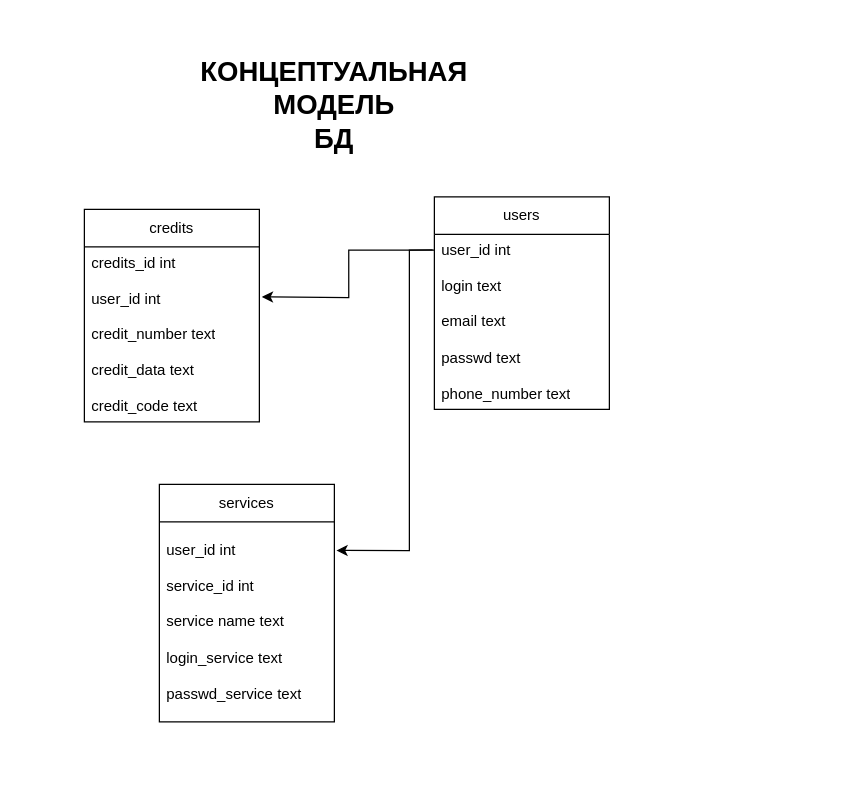
This is концептуальная.drawio from 4aRm5/password_manager_app, a draw.io file, before an edit. Source tidied: cells renumbered, new cells numbered last; positions are measured from the earlier drawing's top-left corner, leaving out a move shared by most shapes. Both pictures are drawn from the tidied source at 125%, with x=0, y=0 at pixel (84, 21).
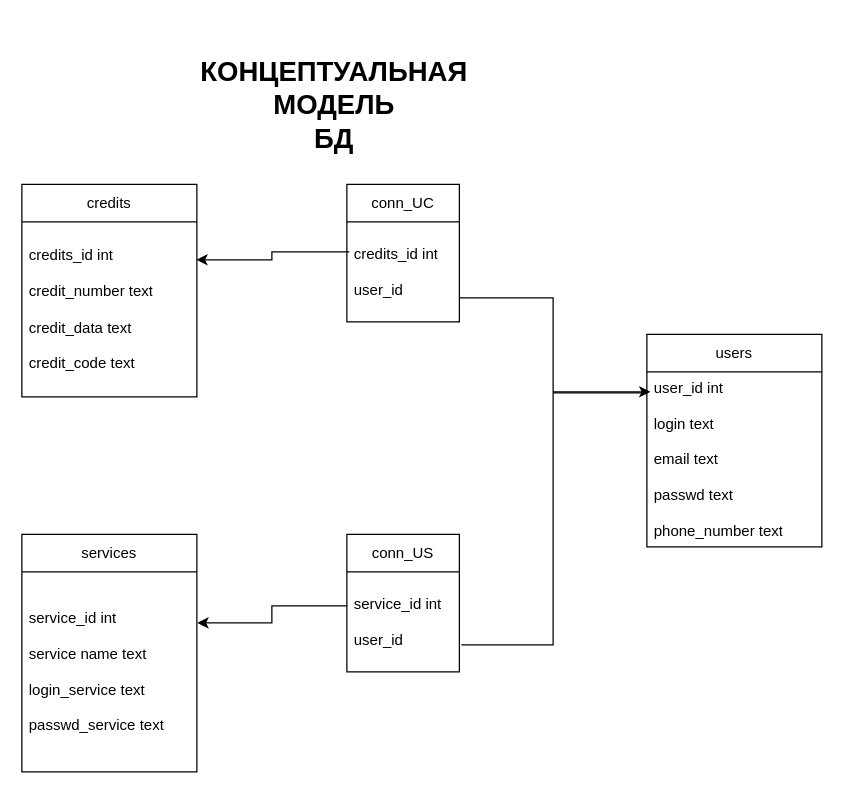
After the change.

Change to the diagram source:
```diff
@@
 <mxGraphModel>
   <root>
     <mxCell id="0" />
     <mxCell id="1" parent="0" />
     <mxCell id="2" value="&lt;span style=&quot;font-size: 22px;&quot;&gt;&lt;b&gt;КОНЦЕПТУАЛЬНАЯ &lt;br&gt;МОДЕЛЬ &lt;br&gt;БД&lt;br&gt;&lt;br&gt;&lt;/b&gt;&lt;/span&gt;" style="text;html=1;strokeColor=none;fillColor=none;align=center;verticalAlign=middle;whiteSpace=wrap;rounded=0;" parent="1" vertex="1">
       <mxGeometry x="40" width="320" height="160" as="geometry" />
     </mxCell>
     <mxCell id="3" value="credits" style="swimlane;fontStyle=0;horizontal=1;startSize=30;whiteSpace=wrap;html=1;" parent="1" vertex="1">
-      <mxGeometry y="150" width="140" height="170" as="geometry" />
+      <mxGeometry x="-50" y="130" width="140" height="170" as="geometry" />
     </mxCell>
-    <mxCell id="4" value="credits_id int&lt;br&gt;&lt;br&gt;user_id int&lt;br&gt;&lt;br&gt;credit_number text&lt;br&gt;&lt;br&gt;credit_data text&lt;br&gt;&lt;br&gt;credit_code text" style="text;strokeColor=none;fillColor=none;align=left;verticalAlign=middle;spacingLeft=4;spacingRight=4;overflow=hidden;points=[[0,0.5],[1,0.5]];portConstraint=eastwest;whiteSpace=wrap;html=1;" parent="3" vertex="1">
+    <mxCell id="4" value="credits_id int&lt;br&gt;&lt;br&gt;credit_number text&lt;br&gt;&lt;br&gt;credit_data text&lt;br&gt;&lt;br&gt;credit_code text" style="text;strokeColor=none;fillColor=none;align=left;verticalAlign=middle;spacingLeft=4;spacingRight=4;overflow=hidden;points=[[0,0.5],[1,0.5]];portConstraint=eastwest;whiteSpace=wrap;html=1;" parent="3" vertex="1">
       <mxGeometry y="30" width="140" height="140" as="geometry" />
     </mxCell>
     <mxCell id="5" value="users" style="swimlane;fontStyle=0;horizontal=1;startSize=30;whiteSpace=wrap;html=1;" parent="1" vertex="1">
-      <mxGeometry x="280" y="140" width="140" height="170" as="geometry" />
+      <mxGeometry x="450" y="250" width="140" height="170" as="geometry" />
     </mxCell>
     <mxCell id="6" value="user_id int&lt;br&gt;&lt;br&gt;login text&lt;br&gt;&lt;br&gt;email text&lt;br&gt;&lt;br&gt;passwd text&lt;br&gt;&lt;br&gt;phone_number text" style="text;strokeColor=none;fillColor=none;align=left;verticalAlign=middle;spacingLeft=4;spacingRight=4;overflow=hidden;points=[[0,0.5],[1,0.5]];portConstraint=eastwest;whiteSpace=wrap;html=1;" parent="5" vertex="1">
       <mxGeometry y="30" width="140" height="140" as="geometry" />
     </mxCell>
     <mxCell id="7" value="services" style="swimlane;fontStyle=0;horizontal=1;startSize=30;whiteSpace=wrap;html=1;" parent="1" vertex="1">
-      <mxGeometry x="60" y="370" width="140" height="190" as="geometry" />
+      <mxGeometry x="-50" y="410" width="140" height="190" as="geometry" />
     </mxCell>
-    <mxCell id="8" value="user_id int&lt;br&gt;&lt;br&gt;service_id int&lt;br&gt;&lt;br&gt;service name text&lt;br&gt;&lt;br&gt;login_service text&lt;br&gt;&lt;br&gt;passwd_service text" style="text;strokeColor=none;fillColor=none;align=left;verticalAlign=middle;spacingLeft=4;spacingRight=4;overflow=hidden;points=[[0,0.5],[1,0.5]];portConstraint=eastwest;whiteSpace=wrap;html=1;" parent="7" vertex="1">
+    <mxCell id="8" value="service_id int&lt;br&gt;&lt;br&gt;service name text&lt;br&gt;&lt;br&gt;login_service text&lt;br&gt;&lt;br&gt;passwd_service text" style="text;strokeColor=none;fillColor=none;align=left;verticalAlign=middle;spacingLeft=4;spacingRight=4;overflow=hidden;points=[[0,0.5],[1,0.5]];portConstraint=eastwest;whiteSpace=wrap;html=1;" parent="7" vertex="1">
       <mxGeometry y="30" width="140" height="160" as="geometry" />
     </mxCell>
-    <mxCell id="9" style="edgeStyle=orthogonalEdgeStyle;rounded=0;jettySize=auto;html=1;entryX=1.012;entryY=0.143;entryDx=0;entryDy=0;entryPerimeter=0;exitX=-0.01;exitY=0.089;exitDx=0;exitDy=0;exitPerimeter=0;" parent="1" edge="1" source="6" target="8">
-      <mxGeometry relative="1" as="geometry">
-        <Array as="points">
-          <mxPoint x="260" y="183" />
-          <mxPoint x="260" y="423" />
-        </Array>
-      </mxGeometry>
-    </mxCell>
-    <mxCell id="10" style="edgeStyle=orthogonalEdgeStyle;rounded=0;jettySize=auto;html=1;exitX=0;exitY=0.25;exitDx=0;exitDy=0;" parent="1" edge="1" source="5">
-      <mxGeometry relative="1" as="geometry">
-        <mxPoint x="142" y="220" as="targetPoint" />
-      </mxGeometry>
-    </mxCell>
+    <mxCell id="11" value="conn_UC" style="swimlane;fontStyle=0;horizontal=1;startSize=30;whiteSpace=wrap;html=1;" parent="1" vertex="1">
+      <mxGeometry x="210" y="130" width="90" height="110" as="geometry" />
+    </mxCell>
+    <mxCell id="12" value="credits_id int&lt;br&gt;&lt;br&gt;user_id" style="text;strokeColor=none;fillColor=none;align=left;verticalAlign=middle;spacingLeft=4;spacingRight=4;overflow=hidden;points=[[0,0.5],[1,0.5]];portConstraint=eastwest;whiteSpace=wrap;html=1;" parent="11" vertex="1">
+      <mxGeometry y="30" width="90" height="80" as="geometry" />
+    </mxCell>
+    <mxCell id="13" value="conn_US" style="swimlane;fontStyle=0;horizontal=1;startSize=30;whiteSpace=wrap;html=1;" parent="1" vertex="1">
+      <mxGeometry x="210" y="410" width="90" height="110" as="geometry" />
+    </mxCell>
+    <mxCell id="14" value="service_id int&lt;br&gt;&lt;br&gt;user_id" style="text;strokeColor=none;fillColor=none;align=left;verticalAlign=middle;spacingLeft=4;spacingRight=4;overflow=hidden;points=[[0,0.5],[1,0.5]];portConstraint=eastwest;whiteSpace=wrap;html=1;" parent="13" vertex="1">
+      <mxGeometry y="30" width="90" height="80" as="geometry" />
+    </mxCell>
+    <mxCell id="15" style="edgeStyle=orthogonalEdgeStyle;rounded=0;jettySize=auto;html=1;entryX=0.02;entryY=0.114;entryDx=0;entryDy=0;entryPerimeter=0;exitX=1;exitY=0.76;exitDx=0;exitDy=0;exitPerimeter=0;" parent="1" edge="1" source="12" target="6">
+      <mxGeometry relative="1" as="geometry" />
+    </mxCell>
+    <mxCell id="16" style="edgeStyle=orthogonalEdgeStyle;rounded=0;jettySize=auto;html=1;entryX=0.997;entryY=0.217;entryDx=0;entryDy=0;entryPerimeter=0;exitX=0.022;exitY=0.3;exitDx=0;exitDy=0;exitPerimeter=0;" parent="1" edge="1" source="12" target="4">
+      <mxGeometry relative="1" as="geometry" />
+    </mxCell>
+    <mxCell id="17" style="edgeStyle=orthogonalEdgeStyle;rounded=0;jettySize=auto;html=1;entryX=-0.009;entryY=0.12;entryDx=0;entryDy=0;entryPerimeter=0;exitX=1.018;exitY=0.73;exitDx=0;exitDy=0;exitPerimeter=0;endArrow=none;endFill=0;" parent="1" edge="1" source="14" target="6">
+      <mxGeometry relative="1" as="geometry" />
+    </mxCell>
+    <mxCell id="18" style="edgeStyle=orthogonalEdgeStyle;rounded=0;jettySize=auto;html=1;entryX=1.003;entryY=0.255;entryDx=0;entryDy=0;entryPerimeter=0;exitX=0.004;exitY=0.34;exitDx=0;exitDy=0;exitPerimeter=0;" parent="1" edge="1" source="14" target="8">
+      <mxGeometry relative="1" as="geometry" />
+    </mxCell>
   </root>
 </mxGraphModel>
```
